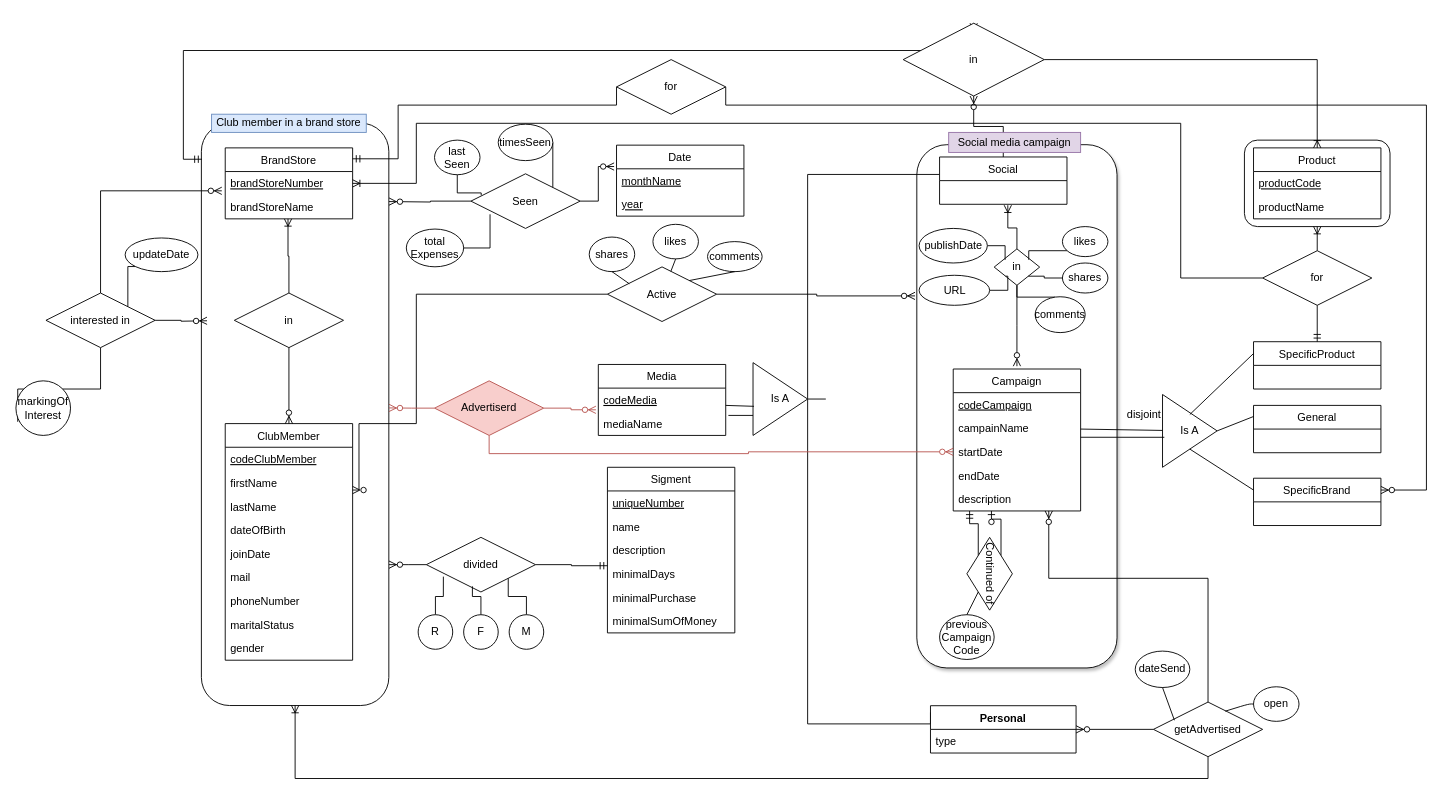
Earlier version of the draw.io diagram page "Page-1" (1 of 2) of תרגיל בית 1 עד ה18.11/Solution2_HW1_Diagram.drawio (Kfir-G/DataBases-ERD_diagrams). Source tidied: cells renumbered, new cells numbered last; positions are measured from the earlier drawing's top-left corner, leaving out a move shared by most shapes. Both pictures are drawn from the tidied source at 91%, with x=0, y=0 at pixel (4, 23).
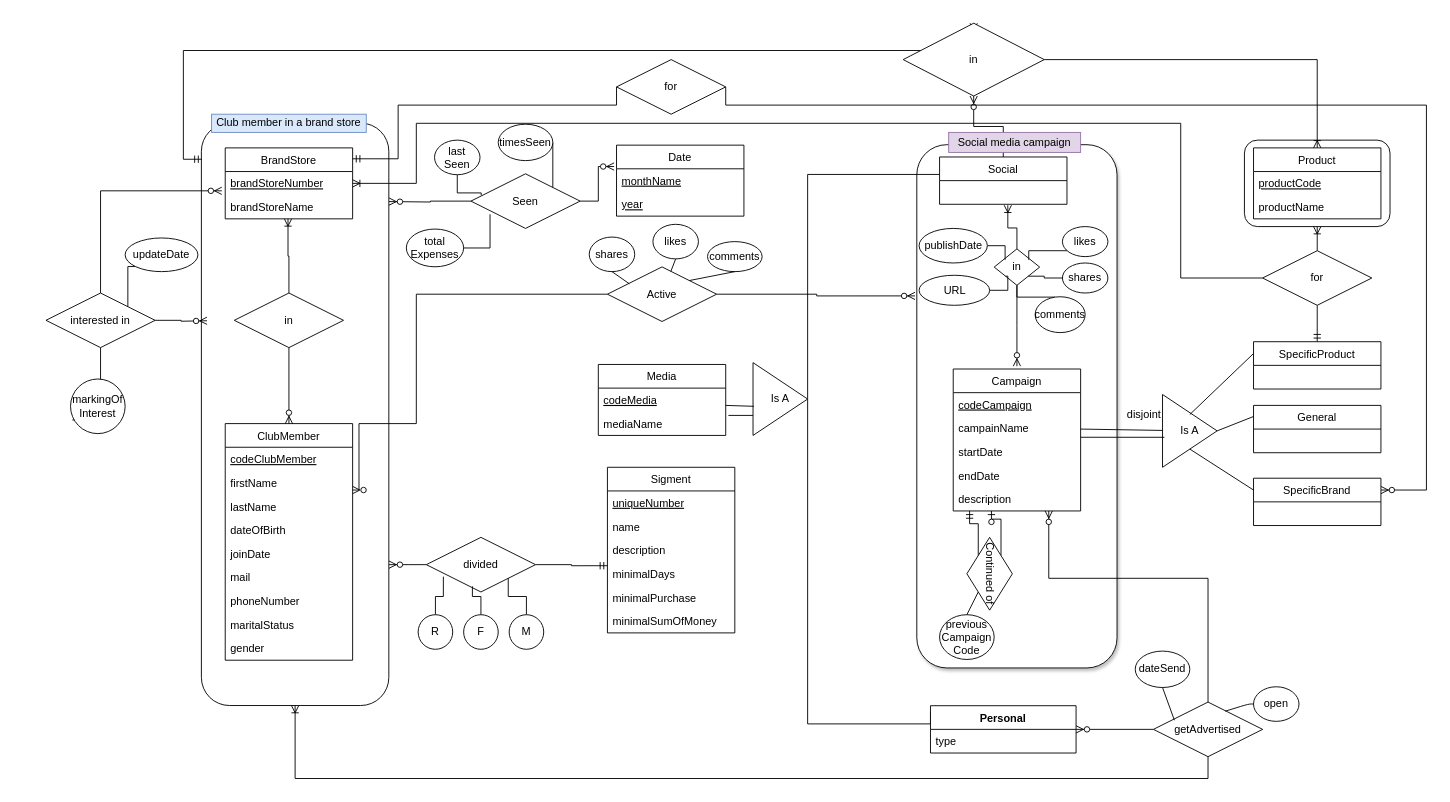
After the change.

The change refers to these unchanged cells:
```xml
<mxCell id="3" style="rounded=1;whiteSpace=wrap;html=1;rotation=90;" parent="1" vertex="1">
  <mxGeometry x="-0.2" y="326.8" width="640" height="206" as="geometry" />
</mxCell>
<mxCell id="8" value="startDate" style="text;strokeColor=none;fillColor=none;align=left;verticalAlign=top;spacingLeft=4;spacingRight=4;overflow=hidden;points=[[0,0.5],[1,0.5]];portConstraint=eastwest;" parent="5" vertex="1">
  <mxGeometry y="78" width="140" height="26" as="geometry" />
</mxCell>
<mxCell id="12" value="Social" style="swimlane;fontStyle=0;horizontal=1;startSize=26;fillColor=none;" parent="1" vertex="1">
  <mxGeometry x="1028" y="147" width="140" height="52" as="geometry" />
</mxCell>
<mxCell id="18" value="Is A" style="triangle;whiteSpace=wrap;html=1;" parent="1" vertex="1">
  <mxGeometry x="823" y="373" width="60" height="80" as="geometry" />
</mxCell>
<mxCell id="48" value="codeMedia" style="text;strokeColor=none;fillColor=none;align=left;verticalAlign=top;spacingLeft=4;spacingRight=4;overflow=hidden;points=[[0,0.5],[1,0.5]];portConstraint=eastwest;fontStyle=4;" parent="47" vertex="1">
  <mxGeometry y="26" width="140" height="26" as="geometry" />
</mxCell>
<mxCell id="59" value="interested in" style="shape=rhombus;perimeter=rhombusPerimeter;whiteSpace=wrap;html=1;align=center;" parent="1" vertex="1">
  <mxGeometry x="46" y="296.5" width="120" height="60" as="geometry" />
</mxCell>
```

Change to the diagram source:
```diff
@@
-    <mxCell id="16" style="edgeStyle=orthogonalEdgeStyle;rounded=0;jettySize=auto;html=1;entryX=-0.002;entryY=0.369;entryDx=0;entryDy=0;entryPerimeter=0;endArrow=none;endFill=0;" parent="1" edge="1" target="12">
+    <mxCell id="16" style="edgeStyle=orthogonalEdgeStyle;rounded=0;jettySize=auto;html=1;entryX=-0.002;entryY=0.369;entryDx=0;entryDy=0;entryPerimeter=0;endArrow=none;endFill=0;exitX=1;exitY=0.5;exitDx=0;exitDy=0;" parent="1" edge="1" source="18" target="12">
       <mxGeometry relative="1" as="geometry">
-        <mxPoint x="903" y="413" as="sourcePoint" />
         <Array as="points">
-          <mxPoint x="883" y="413" />
           <mxPoint x="883" y="166" />
         </Array>
       </mxGeometry>
     </mxCell>
@@
     <mxCell id="57" style="edgeStyle=orthogonalEdgeStyle;rounded=0;jettySize=auto;html=1;exitX=0.5;exitY=1;exitDx=0;exitDy=0;entryX=0.033;entryY=0.75;entryDx=0;entryDy=0;endArrow=none;endFill=0;entryPerimeter=0;" parent="1" edge="1" source="59" target="118">
       <mxGeometry relative="1" as="geometry">
         <Array as="points">
           <mxPoint x="106" y="402" />
-          <mxPoint x="15" y="402" />
+          <mxPoint x="95" y="402" />
         </Array>
       </mxGeometry>
     </mxCell>
@@
-    <mxCell id="79" style="edgeStyle=orthogonalEdgeStyle;rounded=0;jettySize=auto;html=1;entryX=0.489;entryY=-0.001;entryDx=0;entryDy=0;entryPerimeter=0;endArrow=ERzeroToMany;endFill=1;fillColor=#f8cecc;strokeColor=#b85450;" parent="1" edge="1" source="82" target="3">
-      <mxGeometry relative="1" as="geometry" />
-    </mxCell>
-    <mxCell id="80" style="edgeStyle=orthogonalEdgeStyle;rounded=0;jettySize=auto;html=1;exitX=1;exitY=0.5;exitDx=0;exitDy=0;entryX=-0.019;entryY=0.917;entryDx=0;entryDy=0;entryPerimeter=0;endArrow=ERzeroToMany;endFill=1;fillColor=#f8cecc;strokeColor=#b85450;" parent="1" edge="1" source="82" target="48">
-      <mxGeometry relative="1" as="geometry" />
-    </mxCell>
-    <mxCell id="81" style="edgeStyle=orthogonalEdgeStyle;rounded=0;jettySize=auto;html=1;entryX=0;entryY=0.5;entryDx=0;entryDy=0;endArrow=ERzeroToMany;endFill=1;fillColor=#f8cecc;strokeColor=#b85450;" parent="1" edge="1" source="82" target="8">
-      <mxGeometry relative="1" as="geometry">
-        <Array as="points">
-          <mxPoint x="533" y="473" />
-          <mxPoint x="818" y="473" />
-          <mxPoint x="818" y="471" />
-        </Array>
-      </mxGeometry>
-    </mxCell>
-    <mxCell id="82" value="Advertiserd" style="shape=rhombus;perimeter=rhombusPerimeter;whiteSpace=wrap;html=1;align=center;fillColor=#f8cecc;strokeColor=#b85450;" parent="1" vertex="1">
-      <mxGeometry x="473" y="393" width="120" height="60" as="geometry" />
-    </mxCell>
@@
     <mxCell id="118" value="markingOf Interest" style="ellipse;whiteSpace=wrap;html=1;" parent="1" vertex="1">
-      <mxGeometry x="13" y="393" width="60" height="60" as="geometry" />
+      <mxGeometry x="73" y="391" width="60" height="60" as="geometry" />
     </mxCell>
```
